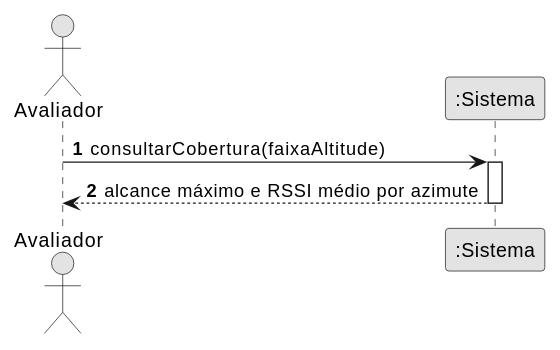
miguelsiilva1/SkyTracer keeps this PlantUML diagram as docs/system-documentation/use-cases/US17/svg/ssd_us17.svg. Above is the earlier version. Its diagram source:
```plantuml
@startuml
autonumber
skinparam monochrome true
actor "Avaliador" as U
participant ":Sistema" as S

U -> S : consultarCobertura(faixaAltitude)
activate S
S --> U : alcance máximo e RSSI médio por azimute
deactivate S
@enduml
```
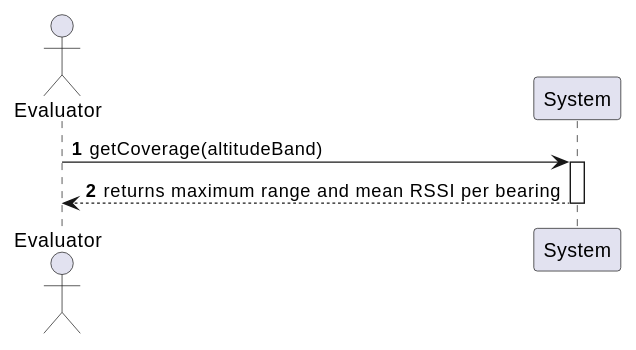
After the commit.

Change to the diagram source:
```diff
@@ -1,11 +1,10 @@
 @startuml
 autonumber
-skinparam monochrome true
-actor "Avaliador" as U
-participant ":Sistema" as S
+actor "Evaluator" as A
+participant "System" as S
 
-U -> S : consultarCobertura(faixaAltitude)
+A -> S : getCoverage(altitudeBand)
 activate S
-S --> U : alcance máximo e RSSI médio por azimute
+S --> A : returns maximum range and mean RSSI per bearing
 deactivate S
 @enduml
```
